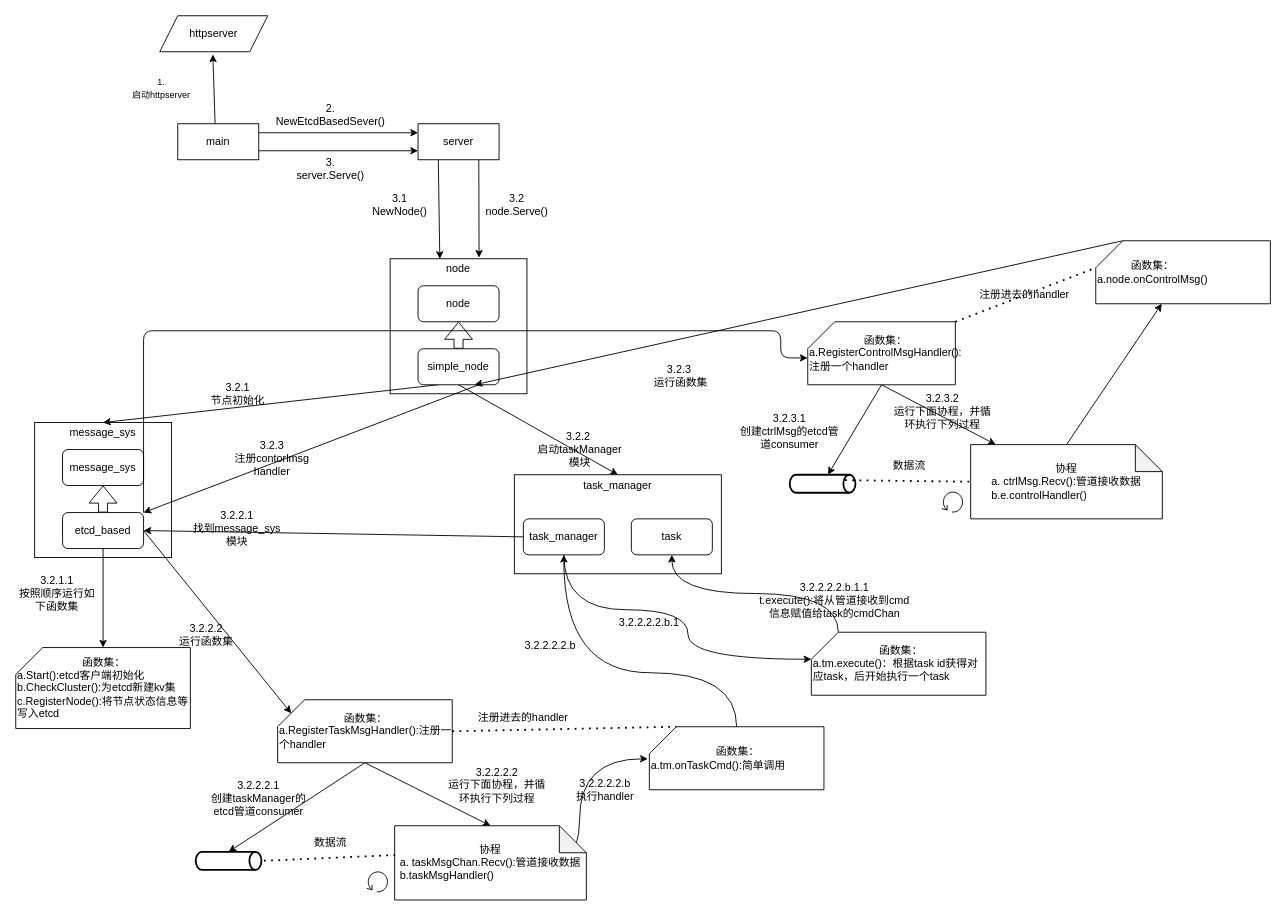
Earlier version of the draw.io diagram Untitled Diagram.drawio (xuchuG/drawio). Source tidied: cells renumbered, new cells numbered last; positions are measured from the earlier drawing's top-left corner, leaving out a move shared by most shapes. Both pictures are drawn from the tidied source at 90%, with x=0, y=0 at pixel (15, 15).
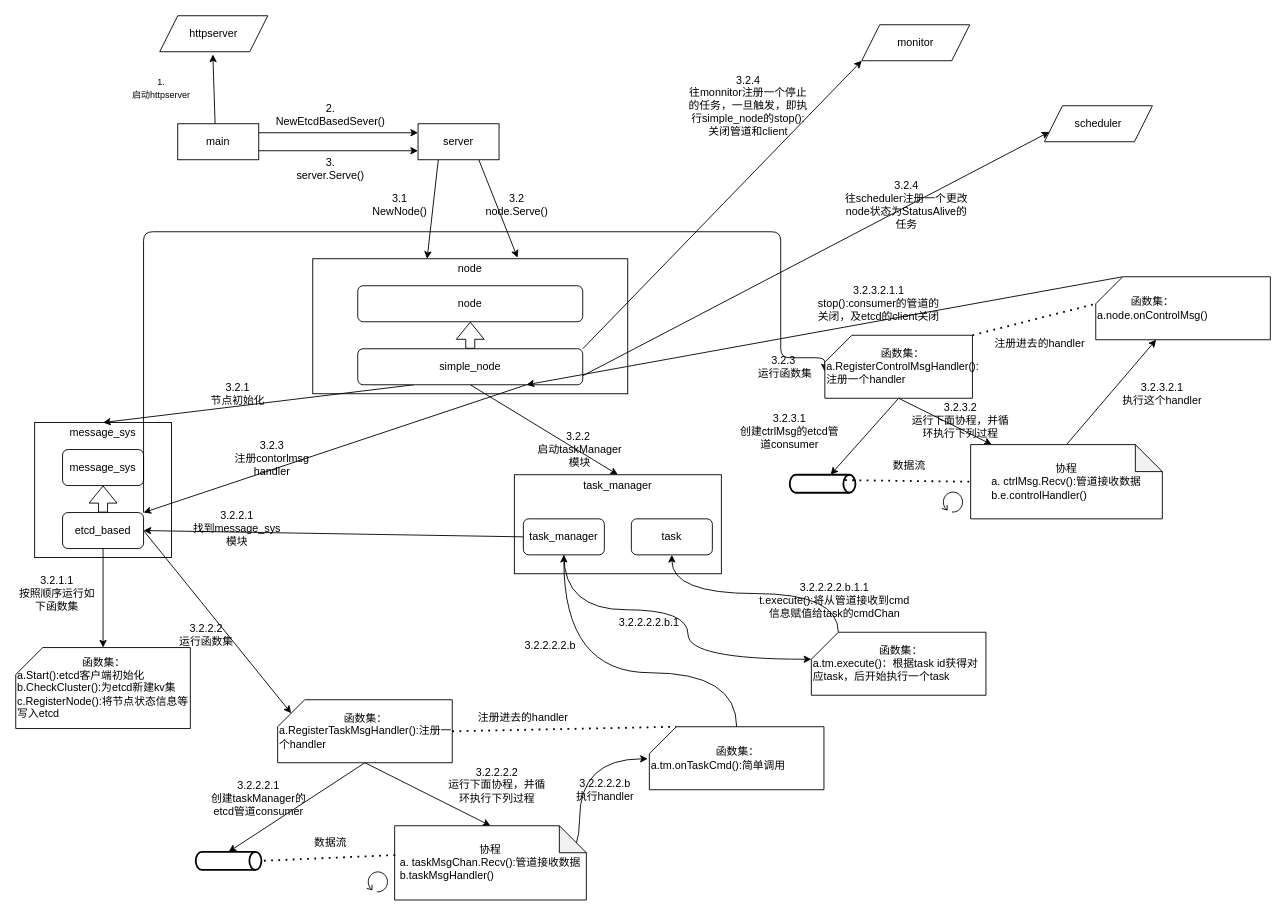
The same page after the edit.

The change refers to these unchanged cells:
```xml
<mxCell id="28" value="etcd_based" style="rounded=1;whiteSpace=wrap;html=1;" parent="1" vertex="1">
  <mxGeometry x="52" y="552" width="90" height="40" as="geometry" />
</mxCell>
```

The edit, as a diff of the source:
```diff
@@
     <mxCell id="3" value="node&lt;br&gt;&lt;br&gt;&lt;br&gt;&lt;br&gt;&lt;br&gt;&lt;br&gt;&lt;br&gt;&lt;br&gt;&lt;br&gt;&lt;br&gt;&lt;div style=&quot;text-align: justify&quot;&gt;&lt;/div&gt;" style="rounded=0;whiteSpace=wrap;html=1;" parent="1" vertex="1">
-      <mxGeometry x="416" y="270" width="152" height="150" as="geometry" />
+      <mxGeometry x="330" y="270" width="350" height="150" as="geometry" />
     </mxCell>
@@
     <mxCell id="11" value="node" style="rounded=1;whiteSpace=wrap;html=1;" parent="1" vertex="1">
-      <mxGeometry x="447" y="300" width="90" height="40" as="geometry" />
+      <mxGeometry x="380" y="300" width="250" height="40" as="geometry" />
     </mxCell>
@@
+    <mxCell id="79" style="edgeStyle=none;rounded=1;jettySize=auto;html=1;entryX=0;entryY=0.75;entryDx=0;entryDy=0;" parent="1" edge="1" target="83">
+      <mxGeometry relative="1" as="geometry">
+        <mxPoint x="630" y="400" as="sourcePoint" />
+      </mxGeometry>
+    </mxCell>
+    <mxCell id="80" style="edgeStyle=none;rounded=1;jettySize=auto;html=1;exitX=1;exitY=0;exitDx=0;exitDy=0;entryX=0;entryY=1;entryDx=0;entryDy=0;" parent="1" edge="1" source="19" target="85">
+      <mxGeometry relative="1" as="geometry" />
+    </mxCell>
     <mxCell id="19" value="simple_node" style="rounded=1;whiteSpace=wrap;html=1;" parent="1" vertex="1">
-      <mxGeometry x="447" y="370" width="90" height="40" as="geometry" />
+      <mxGeometry x="380" y="370" width="250" height="40" as="geometry" />
     </mxCell>
@@
     <mxCell id="27" style="edgeStyle=orthogonalEdgeStyle;rounded=1;jettySize=auto;html=1;exitX=1;exitY=0;exitDx=0;exitDy=0;entryX=-0.001;entryY=0.574;entryDx=0;entryDy=0;entryPerimeter=0;" parent="1" edge="1" source="28" target="65">
       <mxGeometry relative="1" as="geometry">
         <Array as="points">
-          <mxPoint x="142" y="350" />
-          <mxPoint x="850" y="350" />
+          <mxPoint x="142" y="240" />
+          <mxPoint x="850" y="240" />
           <mxPoint x="850" y="380" />
         </Array>
       </mxGeometry>
     </mxCell>
@@
     <mxCell id="65" value="&lt;div style=&quot;text-align: center&quot;&gt;&lt;span&gt;函数集：&lt;/span&gt;&lt;/div&gt;a.RegisterControlMsgHandler():注册一个handler" style="shape=card;whiteSpace=wrap;html=1;align=left;" parent="1" vertex="1">
-      <mxGeometry x="880" y="340" width="164" height="70" as="geometry" />
+      <mxGeometry x="899" y="355" width="164" height="70" as="geometry" />
     </mxCell>
-    <mxCell id="66" style="edgeStyle=none;rounded=1;jettySize=auto;html=1;exitX=0;exitY=0;exitDx=30;exitDy=0;exitPerimeter=0;" parent="1" edge="1" source="67">
-      <mxGeometry relative="1" as="geometry">
-        <mxPoint x="510" y="410" as="targetPoint" />
-      </mxGeometry>
+    <mxCell id="66" style="edgeStyle=none;rounded=1;jettySize=auto;html=1;exitX=0;exitY=0;exitDx=30;exitDy=0;exitPerimeter=0;entryX=0.75;entryY=1;entryDx=0;entryDy=0;" parent="1" edge="1" source="67" target="19">
+      <mxGeometry relative="1" as="geometry" />
     </mxCell>
     <mxCell id="67" value="&lt;div style=&quot;text-align: center&quot;&gt;&lt;span&gt;函数集：&lt;/span&gt;&lt;/div&gt;a.node.onControlMsg()" style="shape=card;whiteSpace=wrap;html=1;align=left;" parent="1" vertex="1">
-      <mxGeometry x="1200" y="250" width="194" height="70" as="geometry" />
+      <mxGeometry x="1200" y="290" width="194" height="70" as="geometry" />
     </mxCell>
     <mxCell id="68" value="注册进去的handler" style="text;html=1;strokeColor=none;fillColor=none;align=center;verticalAlign=middle;whiteSpace=wrap;rounded=0;" parent="1" vertex="1">
-      <mxGeometry x="1061" y="300" width="120" height="20" as="geometry" />
+      <mxGeometry x="1078" y="355" width="120" height="20" as="geometry" />
     </mxCell>
@@
     <mxCell id="74" value="3.2.3&amp;nbsp;&lt;br&gt;运行函数集" style="text;html=1;strokeColor=none;fillColor=none;align=center;verticalAlign=middle;whiteSpace=wrap;rounded=0;" parent="1" vertex="1">
-      <mxGeometry x="704" y="390" width="70" height="20" as="geometry" />
+      <mxGeometry x="820" y="380" width="70" height="20" as="geometry" />
     </mxCell>
@@
     <mxCell id="78" value="3.2.3.2&lt;br&gt;运行下面协程，并循环执行下列过程" style="text;html=1;strokeColor=none;fillColor=none;align=center;verticalAlign=middle;whiteSpace=wrap;rounded=0;" parent="1" vertex="1">
-      <mxGeometry x="970" y="430" width="120" height="20" as="geometry" />
+      <mxGeometry x="990" y="440" width="120" height="20" as="geometry" />
     </mxCell>
+    <mxCell id="81" value="3.2.3.2.1&lt;br&gt;执行这个handler" style="text;html=1;strokeColor=none;fillColor=none;align=center;verticalAlign=middle;whiteSpace=wrap;rounded=0;" parent="1" vertex="1">
+      <mxGeometry x="1214" y="410" width="120" height="20" as="geometry" />
+    </mxCell>
+    <mxCell id="82" value="3.2.3.2.1.1&lt;br&gt;stop():consumer的管道的关闭，及etcd的client关闭" style="text;html=1;strokeColor=none;fillColor=none;align=center;verticalAlign=middle;whiteSpace=wrap;rounded=0;" parent="1" vertex="1">
+      <mxGeometry x="889" y="310" width="140" height="20" as="geometry" />
+    </mxCell>
+    <mxCell id="83" value="scheduler" style="shape=parallelogram;perimeter=parallelogramPerimeter;whiteSpace=wrap;html=1;fixedSize=1;" parent="1" vertex="1">
+      <mxGeometry x="1143" y="100" width="120" height="40" as="geometry" />
+    </mxCell>
+    <mxCell id="84" value="3.2.4&lt;br&gt;往scheduler注册一个更改node状态为StatusAlive的任务" style="text;html=1;strokeColor=none;fillColor=none;align=center;verticalAlign=middle;whiteSpace=wrap;rounded=0;" parent="1" vertex="1">
+      <mxGeometry x="920" y="200" width="140" height="20" as="geometry" />
+    </mxCell>
+    <mxCell id="85" value="monitor" style="shape=parallelogram;perimeter=parallelogramPerimeter;whiteSpace=wrap;html=1;fixedSize=1;" parent="1" vertex="1">
+      <mxGeometry x="940" y="10" width="120" height="40" as="geometry" />
+    </mxCell>
+    <mxCell id="86" value="3.2.4&lt;br&gt;往monnitor注册一个停止的任务，一旦触发，即执行simple_node的stop():关闭管道和client" style="text;html=1;strokeColor=none;fillColor=none;align=center;verticalAlign=middle;whiteSpace=wrap;rounded=0;" parent="1" vertex="1">
+      <mxGeometry x="744" y="90" width="140" height="20" as="geometry" />
+    </mxCell>
```
